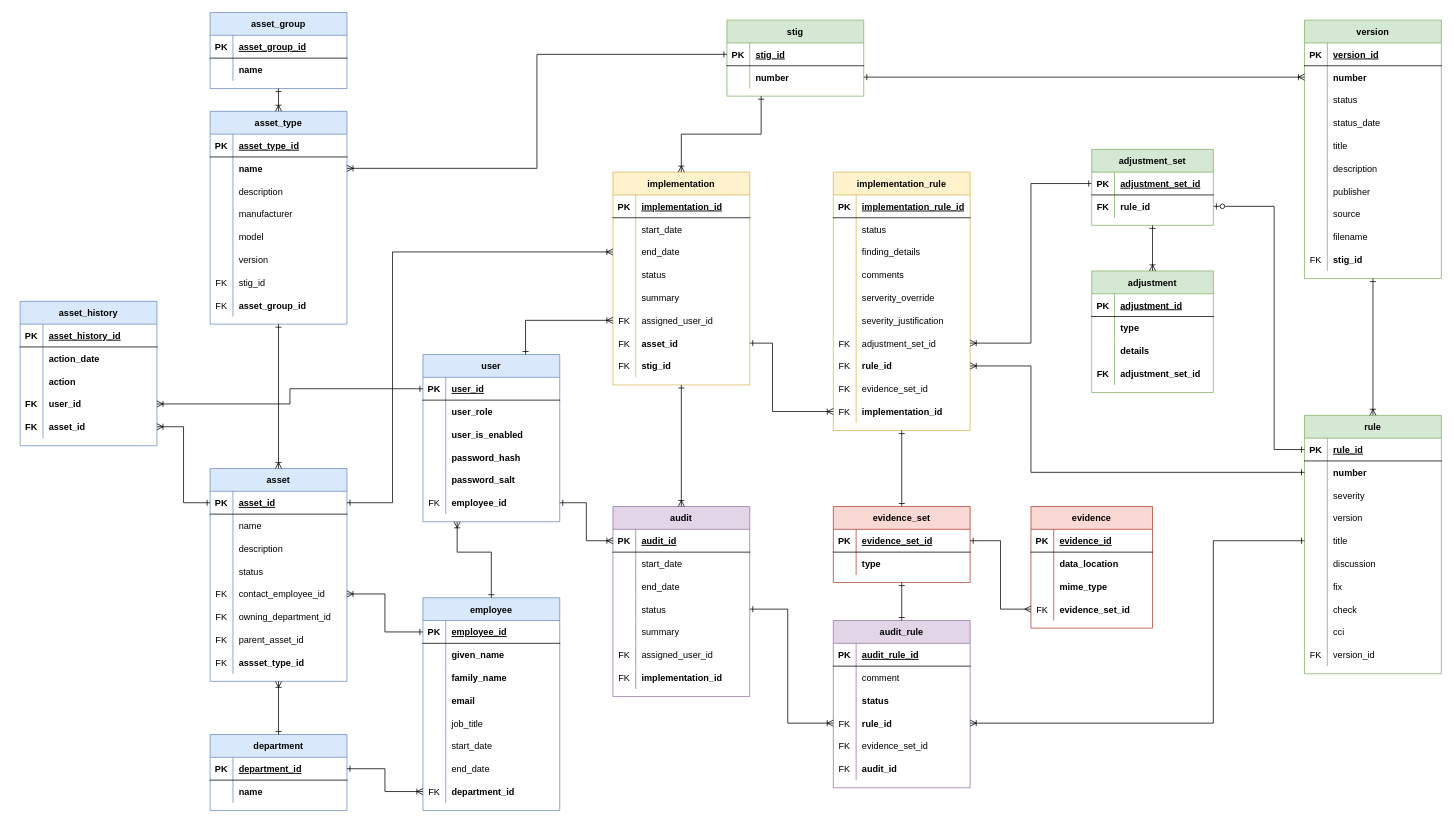
Above: docs/data_model.drawio in brian-nelson/ESC2 (draw.io), before the change. Source tidied: cells renumbered, new cells numbered last; positions are measured from the earlier drawing's top-left corner, leaving out a move shared by most shapes. Both pictures are drawn from the tidied source at 76%, with x=0, y=0 at pixel (20, 12).
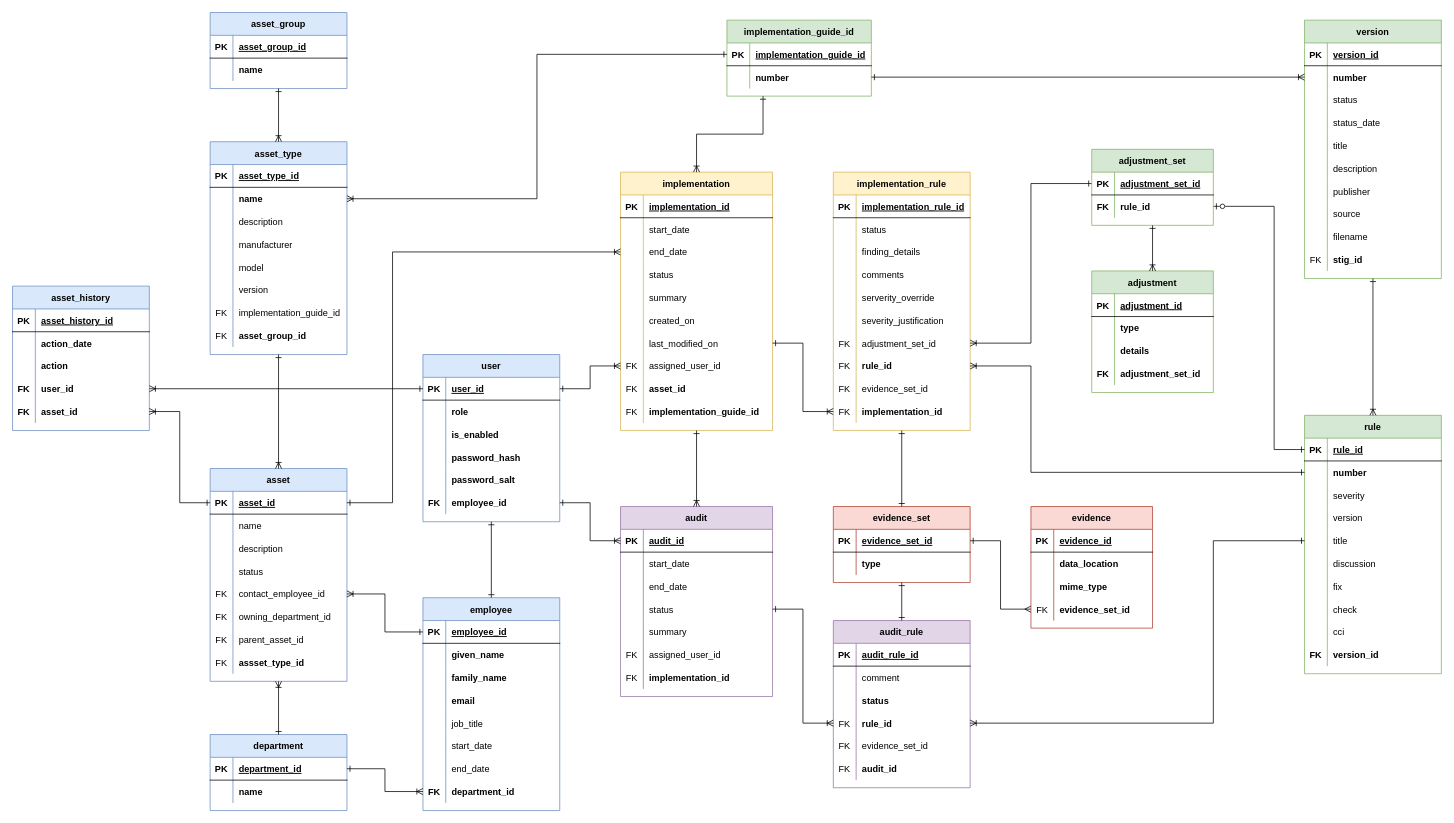
After the change.

Unchanged cells that the change refers to:
```xml
<mxCell id="28" style="shape=partialRectangle;fillColor=none;top=0;left=0;bottom=0;right=0;" parent="9" vertex="1">
  <mxGeometry y="210" width="180" height="30" as="geometry" />
</mxCell>
<mxCell id="59" value="employee" style="shape=table;startSize=30;childLayout=tableLayout;rowLines=0;fontStyle=1;align=center;fillColor=#dae8fc;strokeColor=#6c8ebf;" parent="1" vertex="1">
  <mxGeometry x="530" y="770" width="180" height="280" as="geometry" />
</mxCell>
<mxCell id="81" style="shape=partialRectangle;fillColor=none;top=0;left=0;bottom=0;right=0;points=[[0,0.5],[1,0.5]];portConstraint=eastwest;" parent="59" vertex="1">
  <mxGeometry y="240" width="180" height="30" as="geometry" />
</mxCell>
<mxCell id="182" style="shape=partialRectangle;fillColor=none;top=0;left=0;bottom=0;right=0;points=[[0,0.5],[1,0.5]];portConstraint=eastwest;" parent="154" vertex="1">
  <mxGeometry y="300" width="180" height="30" as="geometry" />
</mxCell>
<mxCell id="195" style="shape=partialRectangle;fillColor=none;top=0;left=0;bottom=0;right=0;points=[[0,0.5],[1,0.5]];portConstraint=eastwest;" parent="185" vertex="1">
  <mxGeometry y="120" width="180" height="30" as="geometry" />
</mxCell>
<mxCell id="254" style="shape=partialRectangle;fillColor=none;top=0;left=0;bottom=0;right=0;" parent="226" vertex="1">
  <mxGeometry y="300" width="180" height="30" as="geometry" />
</mxCell>
<mxCell id="262" value="user" style="shape=table;startSize=30;childLayout=tableLayout;rowLines=0;fontStyle=1;align=center;fillColor=#dae8fc;strokeColor=#6c8ebf;" parent="1" vertex="1">
  <mxGeometry x="530" y="450" width="180" height="220" as="geometry" />
</mxCell>
<mxCell id="263" style="shape=partialRectangle;fillColor=none;top=0;left=0;bottom=1;right=0;points=[[0,0.5],[1,0.5]];portConstraint=eastwest;" parent="262" vertex="1">
  <mxGeometry y="30" width="180" height="30" as="geometry" />
</mxCell>
<mxCell id="266" style="shape=partialRectangle;fillColor=none;top=0;left=0;bottom=0;right=0;" parent="262" vertex="1">
  <mxGeometry y="60" width="180" height="30" as="geometry" />
</mxCell>
<mxCell id="269" style="shape=partialRectangle;fillColor=none;top=0;left=0;bottom=0;right=0;" parent="262" vertex="1">
  <mxGeometry y="90" width="180" height="30" as="geometry" />
</mxCell>
<mxCell id="278" style="shape=partialRectangle;fillColor=none;top=0;left=0;bottom=0;right=0;points=[[0,0.5],[1,0.5]];portConstraint=eastwest;" parent="262" vertex="1">
  <mxGeometry y="180" width="180" height="30" as="geometry" />
</mxCell>
```

The edit, as a diff of the source:
```diff
@@
     <mxCell id="9" value="asset_type" style="shape=table;startSize=30;childLayout=tableLayout;rowLines=0;fontStyle=1;align=center;fillColor=#dae8fc;strokeColor=#6c8ebf;" parent="1" vertex="1">
-      <mxGeometry x="250" y="130" width="180" height="280" as="geometry" />
+      <mxGeometry x="250" y="170" width="180" height="280" as="geometry" />
     </mxCell>
@@
-    <mxCell id="30" value="stig_id" style="shape=partialRectangle;fillColor=none;top=0;left=0;bottom=0;right=0;align=left;spacingLeft=6;fontStyle=0;overflow=hidden;" parent="28" vertex="1">
+    <mxCell id="30" value="implementation_guide_id" style="shape=partialRectangle;fillColor=none;top=0;left=0;bottom=0;right=0;align=left;spacingLeft=6;fontStyle=0;overflow=hidden;" parent="28" vertex="1">
       <mxGeometry x="30" width="150" height="30" as="geometry" />
     </mxCell>
@@
-    <mxCell id="82" value="FK" style="shape=partialRectangle;fillColor=none;top=0;left=0;bottom=0;right=0;fontStyle=0;overflow=hidden;" parent="81" vertex="1">
+    <mxCell id="82" value="FK" style="shape=partialRectangle;fillColor=none;top=0;left=0;bottom=0;right=0;fontStyle=1;overflow=hidden;" parent="81" vertex="1">
       <mxGeometry width="30" height="30" as="geometry" />
     </mxCell>
@@
     <mxCell id="91" value="implementation" style="shape=table;startSize=30;childLayout=tableLayout;rowLines=0;fontStyle=1;align=center;fillColor=#fff2cc;strokeColor=#d6b656;" parent="1" vertex="1">
-      <mxGeometry x="780" y="210" width="180" height="280" as="geometry" />
+      <mxGeometry x="790" y="210" width="200" height="340" as="geometry" />
     </mxCell>
     <mxCell id="92" style="shape=partialRectangle;fillColor=none;top=0;left=0;bottom=1;right=0;" parent="91" vertex="1">
-      <mxGeometry y="30" width="180" height="30" as="geometry" />
+      <mxGeometry y="30" width="200" height="30" as="geometry" />
     </mxCell>
@@
     <mxCell id="94" value="implementation_id" style="shape=partialRectangle;fillColor=none;top=0;left=0;bottom=0;right=0;align=left;spacingLeft=6;fontStyle=5;overflow=hidden;" parent="92" vertex="1">
-      <mxGeometry x="30" width="150" height="30" as="geometry" />
+      <mxGeometry x="30" width="170" height="30" as="geometry" />
     </mxCell>
     <mxCell id="95" style="shape=partialRectangle;fillColor=none;top=0;left=0;bottom=0;right=0;" parent="91" vertex="1">
-      <mxGeometry y="60" width="180" height="30" as="geometry" />
+      <mxGeometry y="60" width="200" height="30" as="geometry" />
     </mxCell>
@@
     <mxCell id="97" value="start_date" style="shape=partialRectangle;fillColor=none;top=0;left=0;bottom=0;right=0;align=left;spacingLeft=6;overflow=hidden;" parent="95" vertex="1">
-      <mxGeometry x="30" width="150" height="30" as="geometry" />
+      <mxGeometry x="30" width="170" height="30" as="geometry" />
     </mxCell>
     <mxCell id="98" style="shape=partialRectangle;fillColor=none;top=0;left=0;bottom=0;right=0;points=[[0,0.5],[1,0.5]];portConstraint=eastwest;" parent="91" vertex="1">
-      <mxGeometry y="90" width="180" height="30" as="geometry" />
+      <mxGeometry y="90" width="200" height="30" as="geometry" />
     </mxCell>
@@
     <mxCell id="100" value="end_date" style="shape=partialRectangle;fillColor=none;top=0;left=0;bottom=0;right=0;align=left;spacingLeft=6;overflow=hidden;" parent="98" vertex="1">
-      <mxGeometry x="30" width="150" height="30" as="geometry" />
+      <mxGeometry x="30" width="170" height="30" as="geometry" />
     </mxCell>
     <mxCell id="101" style="shape=partialRectangle;fillColor=none;top=0;left=0;bottom=0;right=0;" parent="91" vertex="1">
-      <mxGeometry y="120" width="180" height="30" as="geometry" />
+      <mxGeometry y="120" width="200" height="30" as="geometry" />
     </mxCell>
@@
     <mxCell id="103" value="status" style="shape=partialRectangle;fillColor=none;top=0;left=0;bottom=0;right=0;align=left;spacingLeft=6;overflow=hidden;" parent="101" vertex="1">
-      <mxGeometry x="30" width="150" height="30" as="geometry" />
+      <mxGeometry x="30" width="170" height="30" as="geometry" />
     </mxCell>
     <mxCell id="104" style="shape=partialRectangle;fillColor=none;top=0;left=0;bottom=0;right=0;" parent="91" vertex="1">
-      <mxGeometry y="150" width="180" height="30" as="geometry" />
+      <mxGeometry y="150" width="200" height="30" as="geometry" />
     </mxCell>
@@
     <mxCell id="106" value="summary" style="shape=partialRectangle;fillColor=none;top=0;left=0;bottom=0;right=0;align=left;spacingLeft=6;overflow=hidden;" parent="104" vertex="1">
-      <mxGeometry x="30" width="150" height="30" as="geometry" />
+      <mxGeometry x="30" width="170" height="30" as="geometry" />
     </mxCell>
+    <mxCell id="358" style="shape=partialRectangle;fillColor=none;top=0;left=0;bottom=0;right=0;" parent="91" vertex="1">
+      <mxGeometry y="180" width="200" height="30" as="geometry" />
+    </mxCell>
+    <mxCell id="359" style="shape=partialRectangle;fillColor=none;top=0;left=0;bottom=0;right=0;overflow=hidden;" parent="358" vertex="1">
+      <mxGeometry width="30" height="30" as="geometry" />
+    </mxCell>
+    <mxCell id="360" value="created_on" style="shape=partialRectangle;fillColor=none;top=0;left=0;bottom=0;right=0;align=left;spacingLeft=6;overflow=hidden;" parent="358" vertex="1">
+      <mxGeometry x="30" width="170" height="30" as="geometry" />
+    </mxCell>
+    <mxCell id="361" style="shape=partialRectangle;fillColor=none;top=0;left=0;bottom=0;right=0;points=[[0,0.5],[1,0.5]];portConstraint=eastwest;" parent="91" vertex="1">
+      <mxGeometry y="210" width="200" height="30" as="geometry" />
+    </mxCell>
+    <mxCell id="362" style="shape=partialRectangle;fillColor=none;top=0;left=0;bottom=0;right=0;overflow=hidden;" parent="361" vertex="1">
+      <mxGeometry width="30" height="30" as="geometry" />
+    </mxCell>
+    <mxCell id="363" value="last_modified_on" style="shape=partialRectangle;fillColor=none;top=0;left=0;bottom=0;right=0;align=left;spacingLeft=6;overflow=hidden;" parent="361" vertex="1">
+      <mxGeometry x="30" width="170" height="30" as="geometry" />
+    </mxCell>
     <mxCell id="107" style="shape=partialRectangle;fillColor=none;top=0;left=0;bottom=0;right=0;points=[[0,0.5],[1,0.5]];portConstraint=eastwest;" parent="91" vertex="1">
-      <mxGeometry y="180" width="180" height="30" as="geometry" />
+      <mxGeometry y="240" width="200" height="30" as="geometry" />
     </mxCell>
@@
     <mxCell id="109" value="assigned_user_id" style="shape=partialRectangle;fillColor=none;top=0;left=0;bottom=0;right=0;align=left;spacingLeft=6;fontStyle=0;overflow=hidden;" parent="107" vertex="1">
-      <mxGeometry x="30" width="150" height="30" as="geometry" />
+      <mxGeometry x="30" width="170" height="30" as="geometry" />
     </mxCell>
     <mxCell id="110" style="shape=partialRectangle;fillColor=none;top=0;left=0;bottom=0;right=0;points=[[0,0.5],[1,0.5]];portConstraint=eastwest;" parent="91" vertex="1">
-      <mxGeometry y="210" width="180" height="30" as="geometry" />
+      <mxGeometry y="270" width="200" height="30" as="geometry" />
     </mxCell>
@@
     <mxCell id="112" value="asset_id" style="shape=partialRectangle;fillColor=none;top=0;left=0;bottom=0;right=0;align=left;spacingLeft=6;fontStyle=1;overflow=hidden;" parent="110" vertex="1">
-      <mxGeometry x="30" width="150" height="30" as="geometry" />
+      <mxGeometry x="30" width="170" height="30" as="geometry" />
     </mxCell>
     <mxCell id="113" style="shape=partialRectangle;fillColor=none;top=0;left=0;bottom=0;right=0;fontStyle=1;" parent="91" vertex="1">
-      <mxGeometry y="240" width="180" height="30" as="geometry" />
+      <mxGeometry y="300" width="200" height="30" as="geometry" />
     </mxCell>
@@
-    <mxCell id="115" value="stig_id" style="shape=partialRectangle;fillColor=none;top=0;left=0;bottom=0;right=0;align=left;spacingLeft=6;fontStyle=1;overflow=hidden;" parent="113" vertex="1">
-      <mxGeometry x="30" width="150" height="30" as="geometry" />
+    <mxCell id="115" value="implementation_guide_id" style="shape=partialRectangle;fillColor=none;top=0;left=0;bottom=0;right=0;align=left;spacingLeft=6;fontStyle=1;overflow=hidden;" parent="113" vertex="1">
+      <mxGeometry x="30" width="170" height="30" as="geometry" />
     </mxCell>
-    <mxCell id="116" value="stig" style="shape=table;startSize=30;childLayout=tableLayout;rowLines=0;fontStyle=1;align=center;fillColor=#d5e8d4;strokeColor=#82b366;" parent="1" vertex="1">
-      <mxGeometry x="930" y="10" width="180" height="100" as="geometry" />
+    <mxCell id="116" value="implementation_guide_id" style="shape=table;startSize=30;childLayout=tableLayout;rowLines=0;fontStyle=1;align=center;fillColor=#d5e8d4;strokeColor=#82b366;" parent="1" vertex="1">
+      <mxGeometry x="930" y="10" width="190" height="100" as="geometry" />
     </mxCell>
     <mxCell id="117" style="shape=partialRectangle;fillColor=none;top=0;left=0;bottom=1;right=0;points=[[0,0.5],[1,0.5]];portConstraint=eastwest;" parent="116" vertex="1">
-      <mxGeometry y="30" width="180" height="30" as="geometry" />
+      <mxGeometry y="30" width="190" height="30" as="geometry" />
     </mxCell>
@@
-    <mxCell id="119" value="stig_id" style="shape=partialRectangle;fillColor=none;top=0;left=0;bottom=0;right=0;align=left;spacingLeft=6;fontStyle=5;overflow=hidden;" parent="117" vertex="1">
-      <mxGeometry x="30" width="150" height="30" as="geometry" />
+    <mxCell id="119" value="implementation_guide_id" style="shape=partialRectangle;fillColor=none;top=0;left=0;bottom=0;right=0;align=left;spacingLeft=6;fontStyle=5;overflow=hidden;" parent="117" vertex="1">
+      <mxGeometry x="30" width="160" height="30" as="geometry" />
     </mxCell>
     <mxCell id="120" style="shape=partialRectangle;fillColor=none;top=0;left=0;bottom=0;right=0;points=[[0,0.5],[1,0.5]];portConstraint=eastwest;" parent="116" vertex="1">
-      <mxGeometry y="60" width="180" height="30" as="geometry" />
+      <mxGeometry y="60" width="190" height="30" as="geometry" />
     </mxCell>
@@
     <mxCell id="122" value="number" style="shape=partialRectangle;fillColor=none;top=0;left=0;bottom=0;right=0;align=left;spacingLeft=6;overflow=hidden;fontStyle=1;" parent="120" vertex="1">
-      <mxGeometry x="30" width="150" height="30" as="geometry" />
+      <mxGeometry x="30" width="160" height="30" as="geometry" />
     </mxCell>
@@
     <mxCell id="204" value="audit" style="shape=table;startSize=30;childLayout=tableLayout;rowLines=0;fontStyle=1;align=center;fillColor=#e1d5e7;strokeColor=#9673a6;" parent="1" vertex="1">
-      <mxGeometry x="780" y="650" width="180" height="250" as="geometry" />
+      <mxGeometry x="790" y="650" width="200" height="250" as="geometry" />
     </mxCell>
     <mxCell id="205" style="shape=partialRectangle;fillColor=none;top=0;left=0;bottom=1;right=0;points=[[0,0.5],[1,0.5]];portConstraint=eastwest;" parent="204" vertex="1">
-      <mxGeometry y="30" width="180" height="30" as="geometry" />
+      <mxGeometry y="30" width="200" height="30" as="geometry" />
     </mxCell>
@@
     <mxCell id="207" value="audit_id" style="shape=partialRectangle;fillColor=none;top=0;left=0;bottom=0;right=0;align=left;spacingLeft=6;fontStyle=5;overflow=hidden;" parent="205" vertex="1">
-      <mxGeometry x="30" width="150" height="30" as="geometry" />
+      <mxGeometry x="30" width="170" height="30" as="geometry" />
     </mxCell>
     <mxCell id="208" style="shape=partialRectangle;fillColor=none;top=0;left=0;bottom=0;right=0;" parent="204" vertex="1">
-      <mxGeometry y="60" width="180" height="30" as="geometry" />
+      <mxGeometry y="60" width="200" height="30" as="geometry" />
     </mxCell>
@@
     <mxCell id="210" value="start_date" style="shape=partialRectangle;fillColor=none;top=0;left=0;bottom=0;right=0;align=left;spacingLeft=6;overflow=hidden;" parent="208" vertex="1">
-      <mxGeometry x="30" width="150" height="30" as="geometry" />
+      <mxGeometry x="30" width="170" height="30" as="geometry" />
     </mxCell>
     <mxCell id="211" style="shape=partialRectangle;fillColor=none;top=0;left=0;bottom=0;right=0;" parent="204" vertex="1">
-      <mxGeometry y="90" width="180" height="30" as="geometry" />
+      <mxGeometry y="90" width="200" height="30" as="geometry" />
     </mxCell>
@@
     <mxCell id="213" value="end_date" style="shape=partialRectangle;fillColor=none;top=0;left=0;bottom=0;right=0;align=left;spacingLeft=6;overflow=hidden;" parent="211" vertex="1">
-      <mxGeometry x="30" width="150" height="30" as="geometry" />
+      <mxGeometry x="30" width="170" height="30" as="geometry" />
     </mxCell>
     <mxCell id="214" style="shape=partialRectangle;fillColor=none;top=0;left=0;bottom=0;right=0;points=[[0,0.5],[1,0.5]];portConstraint=eastwest;" parent="204" vertex="1">
-      <mxGeometry y="120" width="180" height="30" as="geometry" />
+      <mxGeometry y="120" width="200" height="30" as="geometry" />
     </mxCell>
@@
     <mxCell id="216" value="status" style="shape=partialRectangle;fillColor=none;top=0;left=0;bottom=0;right=0;align=left;spacingLeft=6;overflow=hidden;" parent="214" vertex="1">
-      <mxGeometry x="30" width="150" height="30" as="geometry" />
+      <mxGeometry x="30" width="170" height="30" as="geometry" />
     </mxCell>
     <mxCell id="217" style="shape=partialRectangle;fillColor=none;top=0;left=0;bottom=0;right=0;" parent="204" vertex="1">
-      <mxGeometry y="150" width="180" height="30" as="geometry" />
+      <mxGeometry y="150" width="200" height="30" as="geometry" />
     </mxCell>
@@
     <mxCell id="219" value="summary" style="shape=partialRectangle;fillColor=none;top=0;left=0;bottom=0;right=0;align=left;spacingLeft=6;overflow=hidden;" parent="217" vertex="1">
-      <mxGeometry x="30" width="150" height="30" as="geometry" />
+      <mxGeometry x="30" width="170" height="30" as="geometry" />
     </mxCell>
     <mxCell id="220" style="shape=partialRectangle;fillColor=none;top=0;left=0;bottom=0;right=0;" parent="204" vertex="1">
-      <mxGeometry y="180" width="180" height="30" as="geometry" />
+      <mxGeometry y="180" width="200" height="30" as="geometry" />
     </mxCell>
@@
     <mxCell id="222" value="assigned_user_id" style="shape=partialRectangle;fillColor=none;top=0;left=0;bottom=0;right=0;align=left;spacingLeft=6;fontStyle=0;overflow=hidden;" parent="220" vertex="1">
-      <mxGeometry x="30" width="150" height="30" as="geometry" />
+      <mxGeometry x="30" width="170" height="30" as="geometry" />
     </mxCell>
     <mxCell id="223" style="shape=partialRectangle;fillColor=none;top=0;left=0;bottom=0;right=0;" parent="204" vertex="1">
-      <mxGeometry y="210" width="180" height="30" as="geometry" />
+      <mxGeometry y="210" width="200" height="30" as="geometry" />
     </mxCell>
@@
     <mxCell id="225" value="implementation_id" style="shape=partialRectangle;fillColor=none;top=0;left=0;bottom=0;right=0;align=left;spacingLeft=6;fontStyle=1;overflow=hidden;" parent="223" vertex="1">
-      <mxGeometry x="30" width="150" height="30" as="geometry" />
+      <mxGeometry x="30" width="170" height="30" as="geometry" />
     </mxCell>
@@
-    <mxCell id="255" value="FK" style="shape=partialRectangle;fillColor=none;top=0;left=0;bottom=0;right=0;fontStyle=0;overflow=hidden;" parent="254" vertex="1">
+    <mxCell id="255" value="FK" style="shape=partialRectangle;fillColor=none;top=0;left=0;bottom=0;right=0;fontStyle=1;overflow=hidden;" parent="254" vertex="1">
       <mxGeometry width="30" height="30" as="geometry" />
     </mxCell>
-    <mxCell id="256" value="version_id" style="shape=partialRectangle;fillColor=none;top=0;left=0;bottom=0;right=0;align=left;spacingLeft=6;fontStyle=0;overflow=hidden;" parent="254" vertex="1">
+    <mxCell id="256" value="version_id" style="shape=partialRectangle;fillColor=none;top=0;left=0;bottom=0;right=0;align=left;spacingLeft=6;fontStyle=1;overflow=hidden;" parent="254" vertex="1">
       <mxGeometry x="30" width="150" height="30" as="geometry" />
     </mxCell>
@@
-    <mxCell id="268" value="user_role" style="shape=partialRectangle;fillColor=none;top=0;left=0;bottom=0;right=0;align=left;spacingLeft=6;overflow=hidden;fontStyle=1;" parent="266" vertex="1">
+    <mxCell id="268" value="role" style="shape=partialRectangle;fillColor=none;top=0;left=0;bottom=0;right=0;align=left;spacingLeft=6;overflow=hidden;fontStyle=1;" parent="266" vertex="1">
       <mxGeometry x="30" width="150" height="30" as="geometry" />
     </mxCell>
@@
-    <mxCell id="271" value="user_is_enabled" style="shape=partialRectangle;fillColor=none;top=0;left=0;bottom=0;right=0;align=left;spacingLeft=6;overflow=hidden;fontStyle=1;" parent="269" vertex="1">
+    <mxCell id="271" value="is_enabled" style="shape=partialRectangle;fillColor=none;top=0;left=0;bottom=0;right=0;align=left;spacingLeft=6;overflow=hidden;fontStyle=1;" parent="269" vertex="1">
       <mxGeometry x="30" width="150" height="30" as="geometry" />
     </mxCell>
@@
-    <mxCell id="279" value="FK" style="shape=partialRectangle;fillColor=none;top=0;left=0;bottom=0;right=0;fontStyle=0;overflow=hidden;" parent="278" vertex="1">
+    <mxCell id="279" value="FK" style="shape=partialRectangle;fillColor=none;top=0;left=0;bottom=0;right=0;fontStyle=1;overflow=hidden;" parent="278" vertex="1">
       <mxGeometry width="30" height="30" as="geometry" />
     </mxCell>
@@
-    <mxCell id="281" style="edgeStyle=orthogonalEdgeStyle;fontSize=12;html=1;endArrow=ERoneToMany;rounded=0;startArrow=ERone;startFill=0;entryX=0.25;entryY=1;entryDx=0;entryDy=0;exitX=0.5;exitY=0;exitDx=0;exitDy=0;" parent="1" edge="1" source="59" target="262">
-      <mxGeometry relative="1" as="geometry">
-        <Array as="points">
-          <mxPoint x="620" y="710" />
-          <mxPoint x="575" y="710" />
-        </Array>
-      </mxGeometry>
+    <mxCell id="281" style="edgeStyle=orthogonalEdgeStyle;fontSize=12;html=1;endArrow=ERone;rounded=0;startArrow=ERone;startFill=0;entryX=0.5;entryY=1;entryDx=0;entryDy=0;exitX=0.5;exitY=0;exitDx=0;exitDy=0;endFill=0;" parent="1" edge="1" source="59" target="262">
+      <mxGeometry relative="1" as="geometry" />
     </mxCell>
@@
-    <mxCell id="283" style="edgeStyle=orthogonalEdgeStyle;fontSize=12;html=1;endArrow=ERoneToMany;rounded=0;startArrow=ERone;startFill=0;entryX=0;entryY=0.5;entryDx=0;entryDy=0;exitX=0.75;exitY=0;exitDx=0;exitDy=0;" parent="1" edge="1" source="262" target="107">
+    <mxCell id="283" style="edgeStyle=orthogonalEdgeStyle;fontSize=12;html=1;endArrow=ERoneToMany;rounded=0;startArrow=ERone;startFill=0;entryX=0;entryY=0.5;entryDx=0;entryDy=0;" parent="1" edge="1" source="263" target="107">
       <mxGeometry relative="1" as="geometry" />
     </mxCell>
@@
     <mxCell id="286" style="edgeStyle=orthogonalEdgeStyle;fontSize=12;html=1;endArrow=ERoneToMany;rounded=0;startArrow=ERone;startFill=0;entryX=0;entryY=0.5;entryDx=0;entryDy=0;exitX=1;exitY=0.5;exitDx=0;exitDy=0;" parent="1" edge="1" source="214" target="195">
       <mxGeometry relative="1" as="geometry">
         <Array as="points">
-          <mxPoint x="1010" y="785" />
-          <mxPoint x="1010" y="935" />
+          <mxPoint x="1030" y="785" />
+          <mxPoint x="1030" y="935" />
         </Array>
       </mxGeometry>
     </mxCell>
@@
-    <mxCell id="291" style="edgeStyle=orthogonalEdgeStyle;fontSize=12;html=1;endArrow=ERoneToMany;rounded=0;startArrow=ERone;startFill=0;exitX=1;exitY=0.5;exitDx=0;exitDy=0;entryX=0;entryY=0.5;entryDx=0;entryDy=0;" parent="1" edge="1" source="110" target="182">
+    <mxCell id="291" style="edgeStyle=orthogonalEdgeStyle;fontSize=12;html=1;endArrow=ERoneToMany;rounded=0;startArrow=ERone;startFill=0;exitX=1;exitY=0.5;exitDx=0;exitDy=0;entryX=0;entryY=0.5;entryDx=0;entryDy=0;" parent="1" edge="1" source="361" target="182">
       <mxGeometry relative="1" as="geometry">
         <Array as="points">
-          <mxPoint x="990" y="435" />
-          <mxPoint x="990" y="525" />
+          <mxPoint x="1030" y="435" />
+          <mxPoint x="1030" y="525" />
         </Array>
       </mxGeometry>
     </mxCell>
@@
     <mxCell id="332" value="asset_history" style="shape=table;startSize=30;childLayout=tableLayout;rowLines=0;fontStyle=1;align=center;fillColor=#dae8fc;strokeColor=#6c8ebf;" parent="1" vertex="1">
-      <mxGeometry y="380" width="180" height="190" as="geometry" />
+      <mxGeometry x="-10" y="360" width="180" height="190" as="geometry" />
     </mxCell>
```
